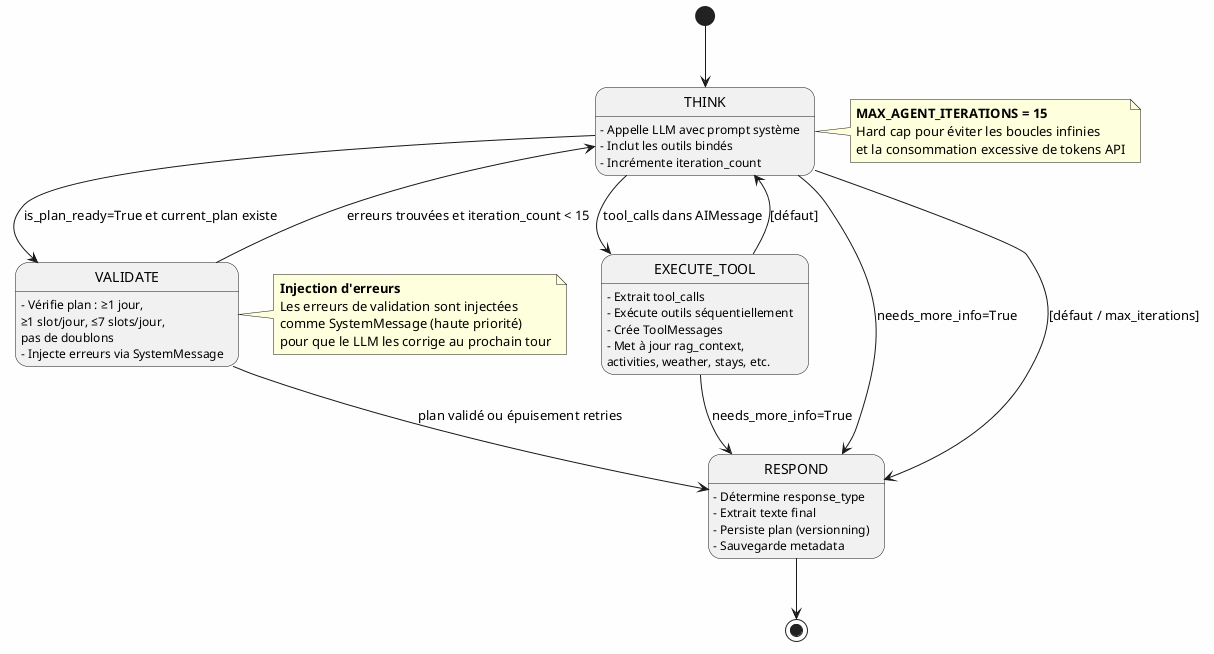
Above: diagrams/fig_02_langgraph_graph.png in ahmed-addali/rapport (PlantUML), before the change.
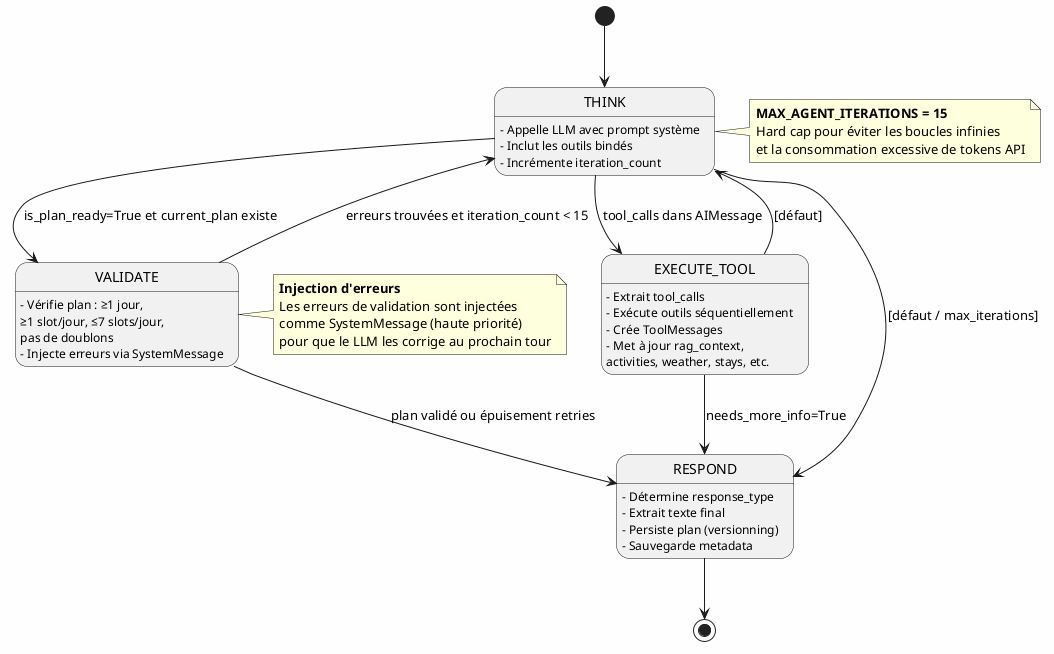
Above is the later version.

Diff of the diagram source:
```diff
@@ -12,7 +12,6 @@
 }
 
 THINK --> EXECUTE_TOOL : tool_calls dans AIMessage
-THINK --> RESPOND : needs_more_info=True
 THINK --> VALIDATE : is_plan_ready=True et current_plan existe
 THINK --> RESPOND : [défaut / max_iterations]
 
```
